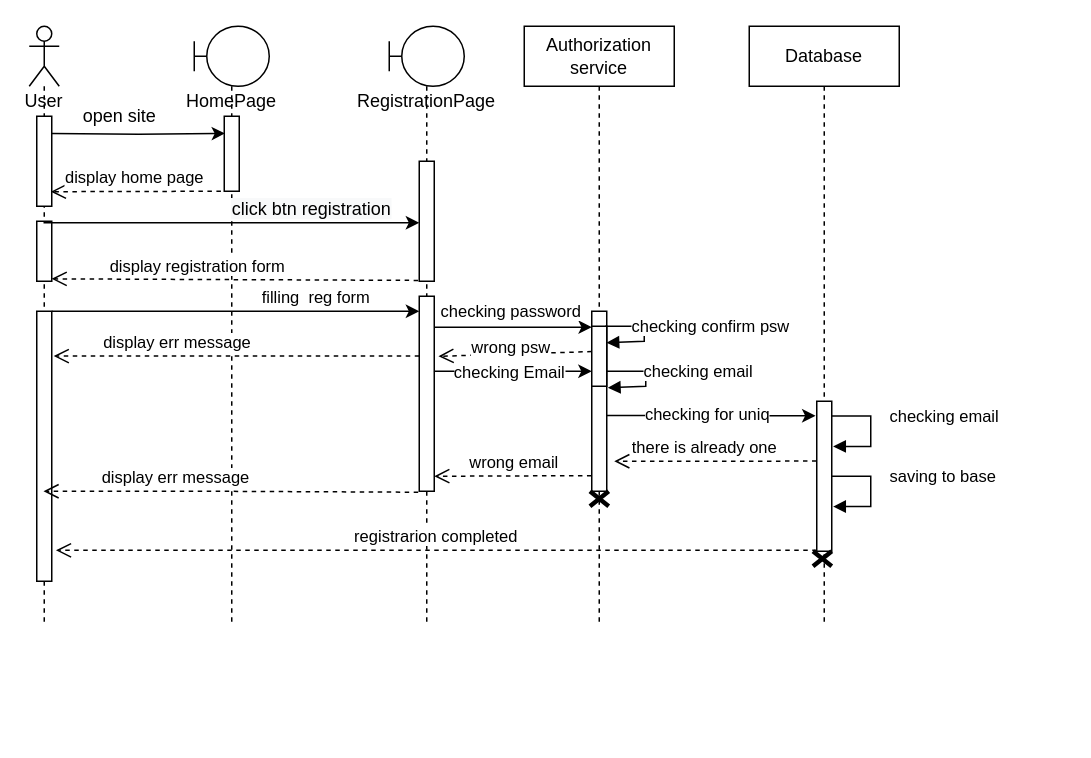
Above: page "SequenceRegistration" (11 of 17) of Board_Use_Case_Diagramm.drawio in ololnovolol/ScrumBoardApp (draw.io), before the change. Source tidied: cells renumbered, new cells numbered last; positions are measured from the earlier drawing's top-left corner, leaving out a move shared by most shapes. Both pictures are drawn from the tidied source at 150%, with x=0, y=0 at pixel (28, 26).
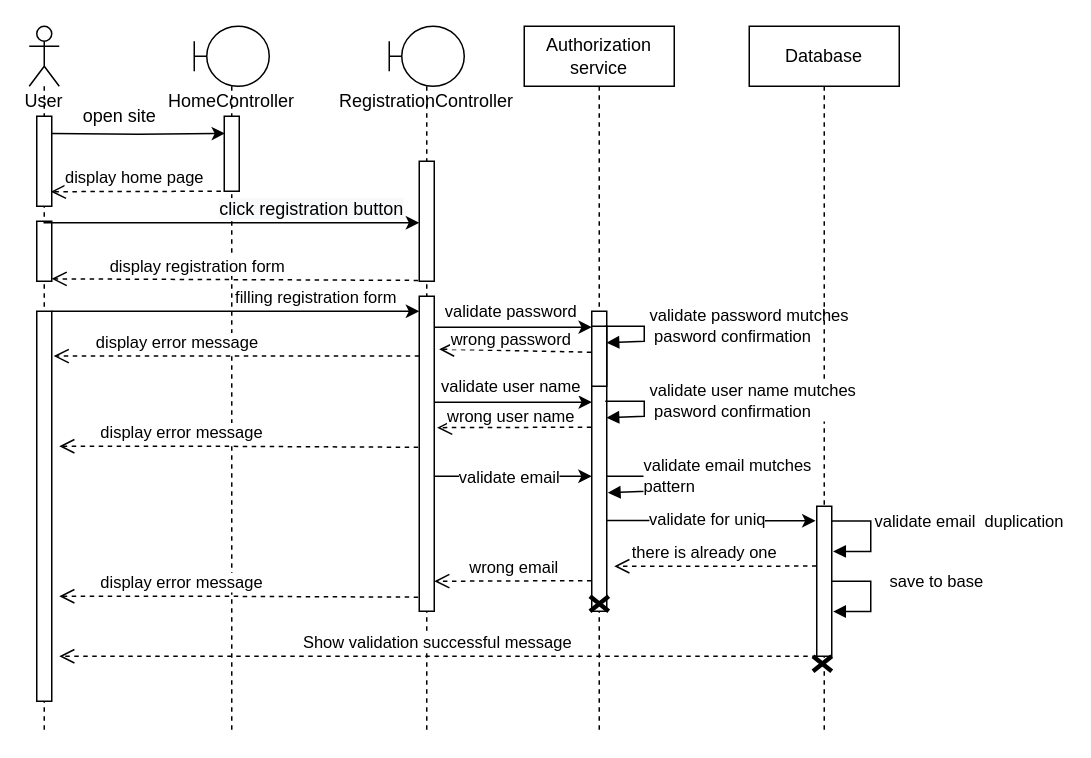
The same diagram, later.

Unchanged cells that the change refers to:
```xml
<mxCell id="20" style="edgeStyle=orthogonalEdgeStyle;rounded=0;orthogonalLoop=1;jettySize=auto;html=1;" parent="1" edge="1">
  <mxGeometry relative="1" as="geometry">
    <mxPoint x="10" y="130" as="sourcePoint" />
    <mxPoint x="260" y="131" as="targetPoint" />
    <Array as="points">
      <mxPoint x="10" y="131" />
      <mxPoint x="260" y="131" />
    </Array>
  </mxGeometry>
</mxCell>
<mxCell id="26" style="edgeStyle=orthogonalEdgeStyle;rounded=0;orthogonalLoop=1;jettySize=auto;html=1;" parent="1" edge="1">
  <mxGeometry relative="1" as="geometry">
    <mxPoint x="15" y="190" as="sourcePoint" />
    <mxPoint x="260" y="190" as="targetPoint" />
    <Array as="points">
      <mxPoint x="200" y="190" />
      <mxPoint x="200" y="190" />
    </Array>
  </mxGeometry>
</mxCell>
<mxCell id="28" style="edgeStyle=orthogonalEdgeStyle;rounded=0;jettySize=auto;html=1;entryX=0.015;entryY=0.015;entryDx=0;entryDy=0;entryPerimeter=0;" parent="1" edge="1" source="17" target="30">
  <mxGeometry relative="1" as="geometry">
    <Array as="points">
      <mxPoint x="375" y="200" />
    </Array>
  </mxGeometry>
</mxCell>
<mxCell id="30" style="html=1;points=[];perimeter=orthogonalPerimeter;" parent="1" vertex="1">
  <mxGeometry x="375" y="200" width="10" height="40" as="geometry" />
</mxCell>
```

Change to the diagram source:
```diff
@@
     <mxCell id="3" value="User" style="shape=umlLifeline;participant=umlActor;perimeter=lifelinePerimeter;whiteSpace=wrap;html=1;verticalAlign=top;spacingTop=36;outlineConnect=0;" parent="1" vertex="1">
-      <mxGeometry width="20" height="400" as="geometry" />
+      <mxGeometry width="20" height="470" as="geometry" />
     </mxCell>
     <mxCell id="4" style="html=1;perimeter=orthogonalPerimeter;" parent="3" vertex="1">
-      <mxGeometry x="5" y="190" width="10" height="180" as="geometry" />
+      <mxGeometry x="5" y="190" width="10" height="260" as="geometry" />
     </mxCell>
@@
     <mxCell id="7" value="Authorization service" style="shape=umlLifeline;perimeter=lifelinePerimeter;whiteSpace=wrap;html=1;" parent="1" vertex="1">
-      <mxGeometry x="330" width="100" height="400" as="geometry" />
+      <mxGeometry x="330" width="100" height="470" as="geometry" />
     </mxCell>
     <mxCell id="8" style="html=1;perimeter=orthogonalPerimeter;" parent="7" vertex="1">
-      <mxGeometry x="45" y="190" width="10" height="120" as="geometry" />
+      <mxGeometry x="45" y="190" width="10" height="200" as="geometry" />
     </mxCell>
-    <mxCell id="9" value="checking confirm psw" style="edgeStyle=orthogonalEdgeStyle;html=1;align=left;spacingLeft=2;endArrow=block;rounded=0;entryX=0.982;entryY=0.274;entryDx=0;entryDy=0;entryPerimeter=0;" parent="7" edge="1" target="30">
-      <mxGeometry x="-0.55" relative="1" as="geometry">
+    <mxCell id="9" value="validate password mutches&lt;br&gt;&amp;nbsp;pasword confirmation" style="edgeStyle=orthogonalEdgeStyle;html=1;align=left;spacingLeft=2;endArrow=block;rounded=0;entryX=0.982;entryY=0.274;entryDx=0;entryDy=0;entryPerimeter=0;" parent="7" edge="1" target="30">
+      <mxGeometry x="-0.16" relative="1" as="geometry">
         <mxPoint x="54" y="200" as="sourcePoint" />
         <Array as="points">
           <mxPoint x="80" y="200" />
           <mxPoint x="80" y="210" />
           <mxPoint x="55" y="210" />
         </Array>
       </mxGeometry>
     </mxCell>
-    <mxCell id="10" value="checking email" style="edgeStyle=orthogonalEdgeStyle;html=1;align=left;spacingLeft=2;endArrow=block;rounded=0;entryX=1.071;entryY=1.025;entryDx=0;entryDy=0;entryPerimeter=0;" parent="7" edge="1" target="30">
+    <mxCell id="10" value="validate email mutches&lt;br&gt;pattern" style="edgeStyle=orthogonalEdgeStyle;html=1;align=left;spacingLeft=2;endArrow=block;rounded=0;entryX=1.071;entryY=1.025;entryDx=0;entryDy=0;entryPerimeter=0;" parent="7" edge="1">
       <mxGeometry x="-0.3" relative="1" as="geometry">
-        <mxPoint x="55" y="230" as="sourcePoint" />
+        <mxPoint x="55" y="300" as="sourcePoint" />
+        <mxPoint x="55.7" y="311" as="targetPoint" />
         <Array as="points">
-          <mxPoint x="81" y="230" />
-          <mxPoint x="81" y="240" />
-          <mxPoint x="56" y="240" />
+          <mxPoint x="81" y="300" />
+          <mxPoint x="81" y="310" />
+          <mxPoint x="56" y="310" />
         </Array>
       </mxGeometry>
     </mxCell>
     <mxCell id="11" style="shape=umlDestroy;whiteSpace=wrap;html=1;strokeWidth=3;" parent="7" vertex="1">
-      <mxGeometry x="43.8" y="310" width="12.5" height="10" as="geometry" />
+      <mxGeometry x="43.8" y="380" width="12.5" height="10" as="geometry" />
     </mxCell>
@@
-    <mxCell id="13" value="HomePage" style="shape=umlLifeline;participant=umlBoundary;perimeter=lifelinePerimeter;whiteSpace=wrap;html=1;verticalAlign=top;spacingTop=36;" parent="1" vertex="1">
-      <mxGeometry x="110" width="50" height="400" as="geometry" />
+    <mxCell id="13" value="HomeController" style="shape=umlLifeline;participant=umlBoundary;perimeter=lifelinePerimeter;whiteSpace=wrap;html=1;verticalAlign=top;spacingTop=36;" parent="1" vertex="1">
+      <mxGeometry x="110" width="50" height="470" as="geometry" />
     </mxCell>
@@
-    <mxCell id="15" value="RegistrationPage" style="shape=umlLifeline;participant=umlBoundary;perimeter=lifelinePerimeter;whiteSpace=wrap;html=1;verticalAlign=top;spacingTop=36;" parent="1" vertex="1">
-      <mxGeometry x="240" width="50" height="400" as="geometry" />
+    <mxCell id="15" value="RegistrationController" style="shape=umlLifeline;participant=umlBoundary;perimeter=lifelinePerimeter;whiteSpace=wrap;html=1;verticalAlign=top;spacingTop=36;" parent="1" vertex="1">
+      <mxGeometry x="240" width="50" height="470" as="geometry" />
     </mxCell>
@@
     <mxCell id="17" style="html=1;points=[];perimeter=orthogonalPerimeter;" parent="15" vertex="1">
-      <mxGeometry x="20" y="180" width="10" height="130" as="geometry" />
+      <mxGeometry x="20" y="180" width="10" height="210" as="geometry" />
     </mxCell>
@@
-    <mxCell id="21" value="&lt;span style=&quot;font-size: 12px; background-color: rgb(248, 249, 250);&quot;&gt;click btn registration&lt;/span&gt;" style="edgeLabel;html=1;align=center;verticalAlign=middle;" parent="20" vertex="1">
+    <mxCell id="21" value="&lt;span style=&quot;font-size: 12px; background-color: rgb(248, 249, 250);&quot;&gt;click registration button&lt;/span&gt;" style="edgeLabel;html=1;align=center;verticalAlign=middle;" parent="20" vertex="1">
       <mxGeometry x="0.11" relative="1" as="geometry">
         <mxPoint x="39" y="-10" as="offset" />
       </mxGeometry>
     </mxCell>
     <mxCell id="22" value="Database" style="shape=umlLifeline;perimeter=lifelinePerimeter;whiteSpace=wrap;html=1;" parent="1" vertex="1">
-      <mxGeometry x="480" width="100" height="400" as="geometry" />
+      <mxGeometry x="480" width="100" height="470" as="geometry" />
     </mxCell>
-    <mxCell id="23" value="saving to base" style="edgeStyle=orthogonalEdgeStyle;html=1;align=left;spacingLeft=2;endArrow=block;rounded=0;entryX=0.985;entryY=0.506;entryDx=0;entryDy=0;entryPerimeter=0;" parent="22" edge="1">
+    <mxCell id="23" value="save to base" style="edgeStyle=orthogonalEdgeStyle;html=1;align=left;spacingLeft=2;endArrow=block;rounded=0;entryX=0.985;entryY=0.506;entryDx=0;entryDy=0;entryPerimeter=0;" parent="22" edge="1">
       <mxGeometry x="-0.27" y="9" relative="1" as="geometry">
-        <mxPoint x="55" y="300" as="sourcePoint" />
-        <mxPoint x="55.9" y="320.2" as="targetPoint" />
+        <mxPoint x="55" y="370" as="sourcePoint" />
+        <mxPoint x="55.9" y="390.2" as="targetPoint" />
         <Array as="points">
-          <mxPoint x="81" y="300" />
-          <mxPoint x="81" y="320" />
+          <mxPoint x="81" y="370" />
+          <mxPoint x="81" y="390" />
         </Array>
       </mxGeometry>
     </mxCell>
     <mxCell id="24" style="html=1;points=[];perimeter=orthogonalPerimeter;" parent="22" vertex="1">
-      <mxGeometry x="45" y="250" width="10" height="100" as="geometry" />
+      <mxGeometry x="45" y="320" width="10" height="100" as="geometry" />
     </mxCell>
     <mxCell id="25" style="shape=umlDestroy;whiteSpace=wrap;html=1;strokeWidth=3;" parent="22" vertex="1">
-      <mxGeometry x="42.5" y="350" width="12.5" height="10" as="geometry" />
+      <mxGeometry x="42.5" y="420" width="12.5" height="10" as="geometry" />
     </mxCell>
@@
-    <mxCell id="27" value="filling&amp;nbsp; reg form" style="edgeLabel;html=1;align=center;verticalAlign=middle;" parent="26" vertex="1">
+    <mxCell id="27" value="filling registration form" style="edgeLabel;html=1;align=center;verticalAlign=middle;" parent="26" vertex="1">
       <mxGeometry x="-0.28" y="1" relative="1" as="geometry">
         <mxPoint x="87" y="-9" as="offset" />
       </mxGeometry>
     </mxCell>
@@
-    <mxCell id="29" value="checking password" style="edgeLabel;html=1;align=center;verticalAlign=middle;" parent="28" vertex="1">
+    <mxCell id="29" value="validate password" style="edgeLabel;html=1;align=center;verticalAlign=middle;" parent="28" vertex="1">
       <mxGeometry x="-0.12" y="1" relative="1" as="geometry">
         <mxPoint x="4" y="-10" as="offset" />
       </mxGeometry>
     </mxCell>
@@
-    <mxCell id="31" value="registrarion completed" style="html=1;verticalAlign=bottom;endArrow=open;dashed=1;endSize=8;rounded=0;entryX=1.28;entryY=0.944;entryDx=0;entryDy=0;entryPerimeter=0;" parent="1" edge="1" source="24">
+    <mxCell id="31" value="Show validation successful message" style="html=1;verticalAlign=bottom;endArrow=open;dashed=1;endSize=8;rounded=0;" parent="1" edge="1" source="24">
       <mxGeometry relative="1" as="geometry">
-        <mxPoint x="17.8" y="349.4" as="targetPoint" />
+        <mxPoint x="20" y="420" as="targetPoint" />
       </mxGeometry>
     </mxCell>
-    <mxCell id="32" value="checking email" style="edgeStyle=orthogonalEdgeStyle;html=1;align=left;spacingLeft=2;endArrow=block;rounded=0;entryX=0.985;entryY=0.506;entryDx=0;entryDy=0;entryPerimeter=0;" parent="1" edge="1">
-      <mxGeometry x="-0.27" y="9" relative="1" as="geometry">
-        <mxPoint x="535" y="259.9" as="sourcePoint" />
-        <mxPoint x="535.9" y="280.1" as="targetPoint" />
+    <mxCell id="32" value="validate email&amp;nbsp; duplication" style="edgeStyle=orthogonalEdgeStyle;html=1;align=left;spacingLeft=2;endArrow=block;rounded=0;entryX=0.985;entryY=0.506;entryDx=0;entryDy=0;entryPerimeter=0;" parent="1" edge="1">
+      <mxGeometry x="-0.3" relative="1" as="geometry">
+        <mxPoint x="535" y="329.9" as="sourcePoint" />
+        <mxPoint x="535.9" y="350.1" as="targetPoint" />
         <Array as="points">
-          <mxPoint x="561" y="259.9" />
-          <mxPoint x="561" y="279.9" />
+          <mxPoint x="561" y="329.9" />
+          <mxPoint x="561" y="349.9" />
         </Array>
       </mxGeometry>
     </mxCell>
     <mxCell id="33" style="edgeStyle=orthogonalEdgeStyle;rounded=0;orthogonalLoop=1;jettySize=auto;html=1;entryX=-0.084;entryY=0.219;entryDx=0;entryDy=0;entryPerimeter=0;" parent="1" edge="1">
       <mxGeometry relative="1" as="geometry">
-        <mxPoint x="385" y="259.5" as="sourcePoint" />
-        <mxPoint x="524.2" y="259.7" as="targetPoint" />
+        <mxPoint x="385" y="329.5" as="sourcePoint" />
+        <mxPoint x="524.2" y="329.7" as="targetPoint" />
         <Array as="points">
-          <mxPoint x="455" y="260" />
+          <mxPoint x="455" y="330" />
         </Array>
       </mxGeometry>
     </mxCell>
-    <mxCell id="34" value="checking for uniq" style="edgeLabel;html=1;align=center;verticalAlign=middle;" parent="33" vertex="1">
+    <mxCell id="34" value="validate for uniq" style="edgeLabel;html=1;align=center;verticalAlign=middle;" parent="33" vertex="1">
       <mxGeometry x="-0.05" y="1" relative="1" as="geometry" />
     </mxCell>
     <mxCell id="35" style="edgeStyle=orthogonalEdgeStyle;rounded=0;orthogonalLoop=1;jettySize=auto;html=1;entryX=0.015;entryY=0.015;entryDx=0;entryDy=0;entryPerimeter=0;" parent="1" edge="1">
       <mxGeometry relative="1" as="geometry">
-        <mxPoint x="269.8" y="230" as="sourcePoint" />
-        <mxPoint x="375" y="230" as="targetPoint" />
+        <mxPoint x="269.8" y="300" as="sourcePoint" />
+        <mxPoint x="375" y="300" as="targetPoint" />
         <Array as="points">
-          <mxPoint x="374.8" y="229.4" />
+          <mxPoint x="374.8" y="299.4" />
         </Array>
       </mxGeometry>
     </mxCell>
-    <mxCell id="36" value="checking Email" style="edgeLabel;html=1;align=center;verticalAlign=middle;" parent="35" vertex="1">
+    <mxCell id="36" value="validate email" style="edgeLabel;html=1;align=center;verticalAlign=middle;" parent="35" vertex="1">
       <mxGeometry x="-0.12" y="1" relative="1" as="geometry">
         <mxPoint x="4" y="1" as="offset" />
       </mxGeometry>
     </mxCell>
-    <mxCell id="37" value="display err message&amp;nbsp;" style="html=1;verticalAlign=bottom;endArrow=open;dashed=1;endSize=8;rounded=0;entryX=1.134;entryY=0.231;entryDx=0;entryDy=0;entryPerimeter=0;" parent="1" edge="1">
+    <mxCell id="37" value="display error message&amp;nbsp;" style="html=1;verticalAlign=bottom;endArrow=open;dashed=1;endSize=8;rounded=0;entryX=1.134;entryY=0.231;entryDx=0;entryDy=0;entryPerimeter=0;" parent="1" edge="1">
       <mxGeometry x="0.31" relative="1" as="geometry">
         <mxPoint x="260" y="219.9" as="sourcePoint" />
         <mxPoint x="16.3" y="219.9" as="targetPoint" />
       </mxGeometry>
     </mxCell>
-    <mxCell id="38" style="html=1;verticalAlign=bottom;endArrow=open;dashed=1;endSize=8;rounded=0;entryX=1.28;entryY=0.308;entryDx=0;entryDy=0;entryPerimeter=0;exitX=-0.001;exitY=0.422;exitDx=0;exitDy=0;exitPerimeter=0;" parent="1" edge="1" source="30" target="17">
+    <mxCell id="38" style="html=1;verticalAlign=bottom;endArrow=open;dashed=1;endSize=8;rounded=0;entryX=1.326;entryY=0.168;entryDx=0;entryDy=0;entryPerimeter=0;exitX=-0.031;exitY=0.433;exitDx=0;exitDy=0;exitPerimeter=0;" parent="1" edge="1" source="30" target="17">
       <mxGeometry relative="1" as="geometry" />
     </mxCell>
-    <mxCell id="39" value="wrong psw" style="edgeLabel;html=1;align=center;verticalAlign=middle;" parent="38" vertex="1">
+    <mxCell id="39" value="wrong&amp;nbsp;password" style="edgeLabel;html=1;align=center;verticalAlign=middle;" parent="38" vertex="1">
       <mxGeometry y="-1" relative="1" as="geometry">
-        <mxPoint x="-3" y="-4" as="offset" />
+        <mxPoint x="-3" y="-7" as="offset" />
       </mxGeometry>
     </mxCell>
     <mxCell id="40" value="there is already one" style="html=1;verticalAlign=bottom;endArrow=open;dashed=1;endSize=8;rounded=0;exitX=-0.019;exitY=0.399;exitDx=0;exitDy=0;exitPerimeter=0;" parent="1" edge="1" source="24">
       <mxGeometry x="0.11" relative="1" as="geometry">
-        <mxPoint x="390" y="290" as="targetPoint" />
+        <mxPoint x="390" y="360" as="targetPoint" />
       </mxGeometry>
     </mxCell>
     <mxCell id="41" value="wrong email" style="html=1;verticalAlign=bottom;endArrow=open;dashed=1;endSize=8;rounded=0;exitX=-0.02;exitY=0.33;exitDx=0;exitDy=0;exitPerimeter=0;" parent="1" edge="1">
       <mxGeometry relative="1" as="geometry">
-        <mxPoint x="374.8" y="299.6" as="sourcePoint" />
-        <mxPoint x="270" y="300" as="targetPoint" />
+        <mxPoint x="374.8" y="369.6" as="sourcePoint" />
+        <mxPoint x="270" y="370" as="targetPoint" />
       </mxGeometry>
     </mxCell>
-    <mxCell id="42" style="html=1;verticalAlign=bottom;endArrow=open;dashed=1;endSize=8;rounded=0;exitX=-0.07;exitY=1.005;exitDx=0;exitDy=0;exitPerimeter=0;" parent="1" edge="1" source="17" target="3">
+    <mxCell id="42" style="html=1;verticalAlign=bottom;endArrow=open;dashed=1;endSize=8;rounded=0;exitX=-0.07;exitY=1.005;exitDx=0;exitDy=0;exitPerimeter=0;" parent="1" edge="1">
       <mxGeometry relative="1" as="geometry">
+        <mxPoint x="259.3" y="380.6" as="sourcePoint" />
+        <mxPoint x="20" y="380" as="targetPoint" />
         <Array as="points">
-          <mxPoint x="120" y="310" />
-          <mxPoint x="110" y="310" />
+          <mxPoint x="120" y="380" />
+          <mxPoint x="110" y="380" />
         </Array>
       </mxGeometry>
     </mxCell>
-    <mxCell id="43" value="display err message&amp;nbsp;" style="edgeLabel;html=1;align=center;verticalAlign=middle;" parent="42" vertex="1">
+    <mxCell id="43" value="display error message&amp;nbsp;" style="edgeLabel;html=1;align=center;verticalAlign=middle;" parent="42" vertex="1">
       <mxGeometry x="-0.16" y="-1" relative="1" as="geometry">
         <mxPoint x="-56" y="-9" as="offset" />
       </mxGeometry>
     </mxCell>
+    <mxCell id="44" value="validate user name mutches&lt;br&gt;&amp;nbsp;pasword confirmation" style="edgeStyle=orthogonalEdgeStyle;html=1;align=left;spacingLeft=2;endArrow=block;rounded=0;entryX=0.982;entryY=0.274;entryDx=0;entryDy=0;entryPerimeter=0;" parent="1" edge="1">
+      <mxGeometry x="-0.16" relative="1" as="geometry">
+        <mxPoint x="384" y="250" as="sourcePoint" />
+        <mxPoint x="384.8" y="261" as="targetPoint" />
+        <Array as="points">
+          <mxPoint x="410" y="250" />
+          <mxPoint x="410" y="260" />
+          <mxPoint x="385" y="260" />
+        </Array>
+      </mxGeometry>
+    </mxCell>
+    <mxCell id="45" style="edgeStyle=orthogonalEdgeStyle;rounded=0;orthogonalLoop=1;jettySize=auto;html=1;entryX=0.015;entryY=0.015;entryDx=0;entryDy=0;entryPerimeter=0;" parent="1" edge="1">
+      <mxGeometry relative="1" as="geometry">
+        <mxPoint x="270" y="250.6" as="sourcePoint" />
+        <mxPoint x="375.2" y="250.6" as="targetPoint" />
+        <Array as="points">
+          <mxPoint x="375" y="250" />
+        </Array>
+      </mxGeometry>
+    </mxCell>
+    <mxCell id="46" value="validate user name" style="edgeLabel;html=1;align=center;verticalAlign=middle;" parent="45" vertex="1">
+      <mxGeometry x="-0.12" y="1" relative="1" as="geometry">
+        <mxPoint x="4" y="-10" as="offset" />
+      </mxGeometry>
+    </mxCell>
+    <mxCell id="47" style="html=1;verticalAlign=bottom;endArrow=open;dashed=1;endSize=8;rounded=0;entryX=1.187;entryY=0.289;entryDx=0;entryDy=0;entryPerimeter=0;exitX=-0.031;exitY=0.433;exitDx=0;exitDy=0;exitPerimeter=0;" parent="1" edge="1">
+      <mxGeometry relative="1" as="geometry">
+        <mxPoint x="374.7" y="267.3" as="sourcePoint" />
+        <mxPoint x="271.9" y="267.6" as="targetPoint" />
+      </mxGeometry>
+    </mxCell>
+    <mxCell id="48" value="wrong&amp;nbsp;user name" style="edgeLabel;html=1;align=center;verticalAlign=middle;" parent="47" vertex="1">
+      <mxGeometry y="-1" relative="1" as="geometry">
+        <mxPoint x="-3" y="-7" as="offset" />
+      </mxGeometry>
+    </mxCell>
+    <mxCell id="49" style="html=1;verticalAlign=bottom;endArrow=open;dashed=1;endSize=8;rounded=0;exitX=-0.07;exitY=1.005;exitDx=0;exitDy=0;exitPerimeter=0;" parent="1" edge="1">
+      <mxGeometry relative="1" as="geometry">
+        <mxPoint x="259.3" y="280.7" as="sourcePoint" />
+        <mxPoint x="20" y="280" as="targetPoint" />
+        <Array as="points">
+          <mxPoint x="120" y="280" />
+          <mxPoint x="110" y="280" />
+        </Array>
+      </mxGeometry>
+    </mxCell>
+    <mxCell id="50" value="display error message&amp;nbsp;" style="edgeLabel;html=1;align=center;verticalAlign=middle;" parent="49" vertex="1">
+      <mxGeometry x="-0.16" y="-1" relative="1" as="geometry">
+        <mxPoint x="-56" y="-9" as="offset" />
+      </mxGeometry>
+    </mxCell>
```
